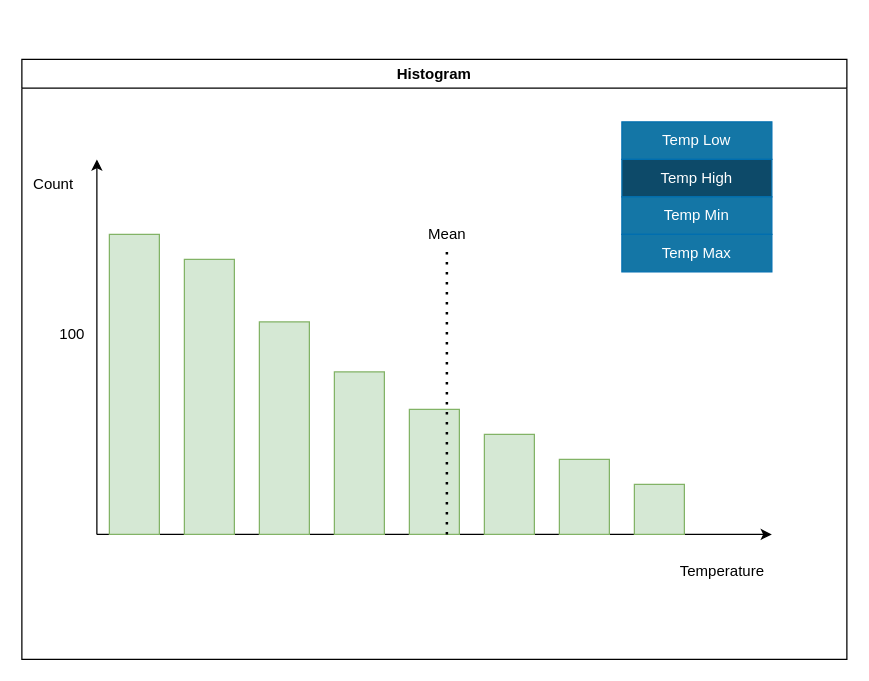
BekA-012/ms_kbtu_dv keeps this draw.io diagram as HW #3/Untitled Diagram.drawio. Above is the earlier version. Source tidied: cells renumbered, new cells numbered last; positions are measured from the earlier drawing's top-left corner, leaving out a move shared by most shapes. Both pictures are drawn from the tidied source at 125%, with x=0, y=0 at pixel (21, 59).
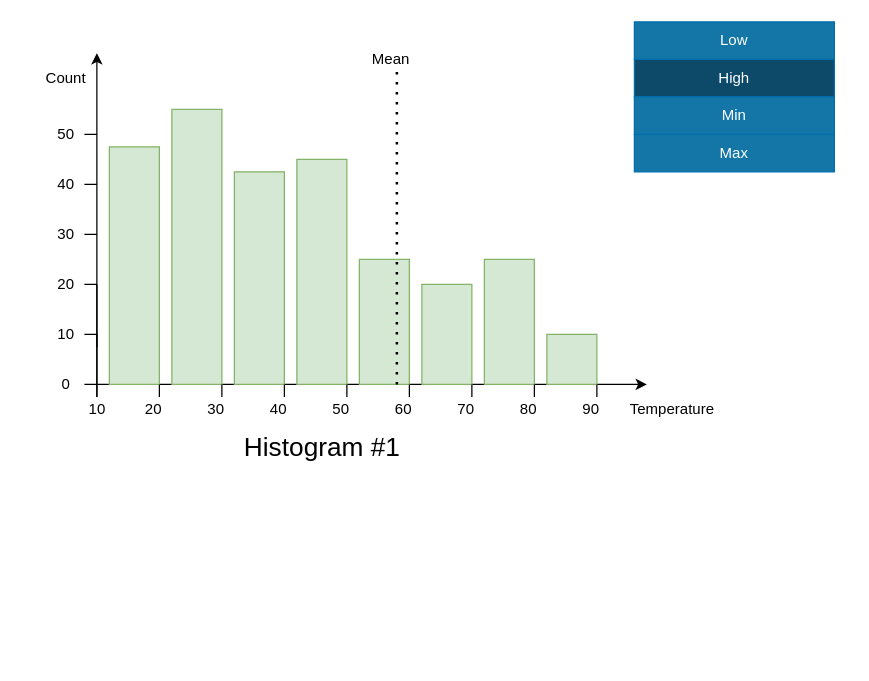
The same diagram, later.

Change to the diagram source:
```diff
@@
-    <mxCell id="2" value="Histogram" style="swimlane;" parent="1" vertex="1">
-      <mxGeometry width="660" height="480" as="geometry" />
-    </mxCell>
-    <mxCell id="3" style="endArrow=classic;html=1;rounded=0;" parent="2" edge="1">
-      <mxGeometry relative="1" as="geometry">
-        <mxPoint x="60" y="380" as="sourcePoint" />
-        <mxPoint x="600" y="380" as="targetPoint" />
-      </mxGeometry>
-    </mxCell>
-    <mxCell id="4" style="endArrow=classic;html=1;rounded=0;" parent="2" edge="1">
-      <mxGeometry relative="1" as="geometry">
-        <mxPoint x="60" y="380" as="sourcePoint" />
-        <mxPoint x="60" y="80" as="targetPoint" />
-      </mxGeometry>
-    </mxCell>
+    <mxCell id="22" style="endArrow=classic;html=1;rounded=0;" parent="1" edge="1">
+      <mxGeometry relative="1" as="geometry">
+        <mxPoint x="60" y="260" as="sourcePoint" />
+        <mxPoint x="500" y="260" as="targetPoint" />
+      </mxGeometry>
+    </mxCell>
+    <mxCell id="23" style="endArrow=classic;html=1;rounded=0;entryX=1;entryY=-0.5;entryDx=0;entryDy=0;entryPerimeter=0;" parent="1" edge="1" target="6">
+      <mxGeometry relative="1" as="geometry">
+        <mxPoint x="60" y="260" as="sourcePoint" />
+      </mxGeometry>
+    </mxCell>
+    <mxCell id="24" style="rounded=0;whiteSpace=wrap;html=1;fillColor=#d5e8d4;strokeColor=#82b366;" parent="1" vertex="1">
+      <mxGeometry x="70" y="70" width="40" height="190" as="geometry" />
+    </mxCell>
+    <mxCell id="25" style="rounded=0;whiteSpace=wrap;html=1;fillColor=#d5e8d4;strokeColor=#82b366;" parent="1" vertex="1">
+      <mxGeometry x="120" y="40" width="40" height="220" as="geometry" />
+    </mxCell>
+    <mxCell id="26" style="rounded=0;whiteSpace=wrap;html=1;fillColor=#d5e8d4;strokeColor=#82b366;" parent="1" vertex="1">
+      <mxGeometry x="170" y="90" width="40" height="170" as="geometry" />
+    </mxCell>
+    <mxCell id="27" style="rounded=0;whiteSpace=wrap;html=1;fillColor=#d5e8d4;strokeColor=#82b366;" parent="1" vertex="1">
+      <mxGeometry x="220" y="80" width="40" height="180" as="geometry" />
+    </mxCell>
+    <mxCell id="28" value="Low" style="rounded=0;whiteSpace=wrap;html=1;fillColor=#1476A6;fontColor=#ffffff;strokeColor=#006EAF;" parent="1" vertex="1">
+      <mxGeometry x="490" y="-30" width="160" height="30" as="geometry" />
+    </mxCell>
+    <mxCell id="29" value="High" style="rounded=0;whiteSpace=wrap;html=1;fillColor=#0D4A69;fontColor=#ffffff;strokeColor=#006EAF;" parent="1" vertex="1">
+      <mxGeometry x="490" width="160" height="30" as="geometry" />
+    </mxCell>
+    <mxCell id="30" value="Min" style="rounded=0;whiteSpace=wrap;html=1;fillColor=#1476A6;strokeColor=#006EAF;fontColor=#ffffff;" parent="1" vertex="1">
+      <mxGeometry x="490" y="30" width="160" height="30" as="geometry" />
+    </mxCell>
+    <mxCell id="31" value="Max" style="rounded=0;whiteSpace=wrap;html=1;fillColor=#1476A6;strokeColor=#006EAF;fontColor=#ffffff;" parent="1" vertex="1">
+      <mxGeometry x="490" y="60" width="160" height="30" as="geometry" />
+    </mxCell>
+    <mxCell id="32" style="rounded=0;whiteSpace=wrap;html=1;fillColor=#d5e8d4;strokeColor=#82b366;" parent="1" vertex="1">
+      <mxGeometry x="270" y="160" width="40" height="100" as="geometry" />
+    </mxCell>
+    <mxCell id="33" style="rounded=0;whiteSpace=wrap;html=1;fillColor=#d5e8d4;strokeColor=#82b366;" parent="1" vertex="1">
+      <mxGeometry x="320" y="180" width="40" height="80" as="geometry" />
+    </mxCell>
+    <mxCell id="34" style="rounded=0;whiteSpace=wrap;html=1;fillColor=#d5e8d4;strokeColor=#82b366;" parent="1" vertex="1">
+      <mxGeometry x="370" y="160" width="40" height="100" as="geometry" />
+    </mxCell>
+    <mxCell id="35" style="rounded=0;whiteSpace=wrap;html=1;fillColor=#d5e8d4;strokeColor=#82b366;" parent="1" vertex="1">
+      <mxGeometry x="420" y="220" width="40" height="40" as="geometry" />
+    </mxCell>
+    <mxCell id="36" style="endArrow=none;dashed=1;html=1;dashPattern=1 3;strokeWidth=2;rounded=0;exitX=0.75;exitY=1;exitDx=0;exitDy=0;" parent="1" edge="1" source="32">
+      <mxGeometry relative="1" as="geometry">
+        <mxPoint x="300" y="10" as="targetPoint" />
+      </mxGeometry>
+    </mxCell>
+    <mxCell id="37" style="endArrow=none;html=1;rounded=0;" parent="1" edge="1">
+      <mxGeometry relative="1" as="geometry">
+        <mxPoint x="110" y="270" as="sourcePoint" />
+        <mxPoint x="110" y="260" as="targetPoint" />
+      </mxGeometry>
+    </mxCell>
+    <mxCell id="20" value="Mean" style="text;html=1;align=center;verticalAlign=middle;strokeColor=none;fillColor=none;" parent="1" vertex="1">
+      <mxGeometry x="270" y="-10" width="50" height="20" as="geometry" />
+    </mxCell>
+    <mxCell id="38" style="endArrow=none;html=1;rounded=0;" parent="1" edge="1">
+      <mxGeometry relative="1" as="geometry">
+        <mxPoint x="50" y="260" as="sourcePoint" />
+        <mxPoint x="60" y="260" as="targetPoint" />
+      </mxGeometry>
+    </mxCell>
+    <mxCell id="39" value="0" style="text;html=1;align=center;verticalAlign=middle;strokeColor=none;fillColor=none;" parent="1" vertex="1">
+      <mxGeometry x="25" y="250" width="20" height="20" as="geometry" />
+    </mxCell>
+    <mxCell id="40" value="10" style="text;html=1;align=center;verticalAlign=middle;strokeColor=none;fillColor=none;" parent="1" vertex="1">
+      <mxGeometry x="20" y="210" width="30" height="20" as="geometry" />
+    </mxCell>
+    <mxCell id="41" value="20" style="text;html=1;align=center;verticalAlign=middle;strokeColor=none;fillColor=none;" parent="1" vertex="1">
+      <mxGeometry x="20" y="170" width="30" height="20" as="geometry" />
+    </mxCell>
+    <mxCell id="42" value="30" style="text;html=1;align=center;verticalAlign=middle;strokeColor=none;fillColor=none;" parent="1" vertex="1">
+      <mxGeometry x="20" y="130" width="30" height="20" as="geometry" />
+    </mxCell>
+    <mxCell id="43" value="40" style="text;html=1;align=center;verticalAlign=middle;strokeColor=none;fillColor=none;" parent="1" vertex="1">
+      <mxGeometry x="20" y="90" width="30" height="20" as="geometry" />
+    </mxCell>
+    <mxCell id="44" value="50" style="text;html=1;align=center;verticalAlign=middle;strokeColor=none;fillColor=none;" parent="1" vertex="1">
+      <mxGeometry x="20" y="50" width="30" height="20" as="geometry" />
+    </mxCell>
+    <mxCell id="45" style="endArrow=none;html=1;rounded=0;entryX=1;entryY=1;entryDx=0;entryDy=0;" parent="1" edge="1" target="25">
+      <mxGeometry relative="1" as="geometry">
+        <mxPoint x="160" y="270" as="sourcePoint" />
+      </mxGeometry>
+    </mxCell>
+    <mxCell id="46" style="endArrow=none;html=1;rounded=0;entryX=1;entryY=1;entryDx=0;entryDy=0;" parent="1" edge="1" target="26">
+      <mxGeometry relative="1" as="geometry">
+        <mxPoint x="210" y="270" as="sourcePoint" />
+      </mxGeometry>
+    </mxCell>
+    <mxCell id="47" style="endArrow=none;html=1;rounded=0;entryX=1;entryY=1;entryDx=0;entryDy=0;" parent="1" edge="1" target="27">
+      <mxGeometry relative="1" as="geometry">
+        <mxPoint x="260" y="270" as="sourcePoint" />
+      </mxGeometry>
+    </mxCell>
+    <mxCell id="48" style="endArrow=none;html=1;rounded=0;entryX=1;entryY=1;entryDx=0;entryDy=0;" parent="1" edge="1" target="32">
+      <mxGeometry relative="1" as="geometry">
+        <mxPoint x="310" y="270" as="sourcePoint" />
+      </mxGeometry>
+    </mxCell>
+    <mxCell id="49" style="endArrow=none;html=1;rounded=0;entryX=1;entryY=1;entryDx=0;entryDy=0;" parent="1" edge="1" target="33">
+      <mxGeometry relative="1" as="geometry">
+        <mxPoint x="360" y="270" as="sourcePoint" />
+      </mxGeometry>
+    </mxCell>
+    <mxCell id="50" style="endArrow=none;html=1;rounded=0;entryX=1;entryY=1;entryDx=0;entryDy=0;" parent="1" edge="1" target="34">
+      <mxGeometry relative="1" as="geometry">
+        <mxPoint x="410" y="270" as="sourcePoint" />
+      </mxGeometry>
+    </mxCell>
+    <mxCell id="51" style="endArrow=none;html=1;rounded=0;" parent="1" edge="1">
+      <mxGeometry relative="1" as="geometry">
+        <mxPoint x="60" y="270" as="sourcePoint" />
+        <mxPoint x="60" y="260" as="targetPoint" />
+      </mxGeometry>
+    </mxCell>
+    <mxCell id="52" style="endArrow=none;html=1;rounded=0;" parent="1" edge="1">
+      <mxGeometry relative="1" as="geometry">
+        <mxPoint x="60" y="270" as="sourcePoint" />
+        <mxPoint x="50" y="220" as="targetPoint" />
+        <Array as="points">
+          <mxPoint x="60" y="220" />
+        </Array>
+      </mxGeometry>
+    </mxCell>
+    <mxCell id="53" style="endArrow=none;html=1;rounded=0;" parent="1" edge="1">
+      <mxGeometry relative="1" as="geometry">
+        <mxPoint x="60" y="180" as="sourcePoint" />
+        <mxPoint x="60" y="230" as="targetPoint" />
+      </mxGeometry>
+    </mxCell>
+    <mxCell id="54" style="endArrow=none;html=1;rounded=0;" parent="1" edge="1">
+      <mxGeometry relative="1" as="geometry">
+        <mxPoint x="60" y="180" as="sourcePoint" />
+        <mxPoint x="50" y="180" as="targetPoint" />
+      </mxGeometry>
+    </mxCell>
+    <mxCell id="55" style="endArrow=none;html=1;rounded=0;" parent="1" edge="1">
+      <mxGeometry relative="1" as="geometry">
+        <mxPoint x="50" y="140" as="sourcePoint" />
+        <mxPoint x="60" y="140" as="targetPoint" />
+      </mxGeometry>
+    </mxCell>
+    <mxCell id="56" style="endArrow=none;html=1;rounded=0;" parent="1" edge="1">
+      <mxGeometry relative="1" as="geometry">
+        <mxPoint x="50" y="100" as="sourcePoint" />
+        <mxPoint x="60" y="100" as="targetPoint" />
+      </mxGeometry>
+    </mxCell>
+    <mxCell id="57" style="endArrow=none;html=1;rounded=0;" parent="1" edge="1">
+      <mxGeometry relative="1" as="geometry">
+        <mxPoint x="60" y="60" as="sourcePoint" />
+        <mxPoint x="50" y="60" as="targetPoint" />
+      </mxGeometry>
+    </mxCell>
-    <mxCell id="5" value="Temperature&lt;br&gt;" style="text;html=1;align=center;verticalAlign=middle;strokeColor=none;fillColor=none;" parent="2" vertex="1">
-      <mxGeometry x="520" y="400" width="80" height="20" as="geometry" />
+    <mxCell id="5" value="Temperature" style="text;html=1;align=center;verticalAlign=middle;strokeColor=none;fillColor=none;" parent="1" vertex="1">
+      <mxGeometry x="480" y="270" width="80" height="20" as="geometry" />
     </mxCell>
+    <mxCell id="58" style="endArrow=none;html=1;rounded=0;entryX=1;entryY=1;entryDx=0;entryDy=0;" parent="1" edge="1" target="35">
+      <mxGeometry relative="1" as="geometry">
+        <mxPoint x="460" y="270" as="sourcePoint" />
+      </mxGeometry>
+    </mxCell>
-    <mxCell id="6" value="Count" style="text;html=1;align=center;verticalAlign=middle;points=[];strokeColor=none;fillColor=none;" parent="2" vertex="1">
-      <mxGeometry y="90" width="50" height="20" as="geometry" />
+    <mxCell id="6" value="Count" style="text;html=1;align=center;verticalAlign=middle;points=[];strokeColor=none;fillColor=none;" parent="1" vertex="1">
+      <mxGeometry x="10" y="5" width="50" height="20" as="geometry" />
     </mxCell>
-    <mxCell id="7" style="rounded=0;whiteSpace=wrap;html=1;fillColor=#d5e8d4;strokeColor=#82b366;" parent="2" vertex="1">
-      <mxGeometry x="70" y="140" width="40" height="240" as="geometry" />
-    </mxCell>
-    <mxCell id="8" style="rounded=0;whiteSpace=wrap;html=1;fillColor=#d5e8d4;strokeColor=#82b366;" parent="2" vertex="1">
-      <mxGeometry x="130" y="160" width="40" height="220" as="geometry" />
-    </mxCell>
-    <mxCell id="9" style="rounded=0;whiteSpace=wrap;html=1;fillColor=#d5e8d4;strokeColor=#82b366;" parent="2" vertex="1">
-      <mxGeometry x="190" y="210" width="40" height="170" as="geometry" />
-    </mxCell>
-    <mxCell id="10" style="rounded=0;whiteSpace=wrap;html=1;fillColor=#d5e8d4;strokeColor=#82b366;" parent="2" vertex="1">
-      <mxGeometry x="250" y="250" width="40" height="130" as="geometry" />
-    </mxCell>
-    <mxCell id="11" value="100" style="text;html=1;align=center;verticalAlign=middle;strokeColor=none;fillColor=none;" parent="2" vertex="1">
-      <mxGeometry x="20" y="210" width="40" height="20" as="geometry" />
-    </mxCell>
-    <mxCell id="12" value="Temp Low" style="rounded=0;whiteSpace=wrap;html=1;fillColor=#1476A6;fontColor=#ffffff;strokeColor=#006EAF;" parent="2" vertex="1">
-      <mxGeometry x="480" y="50" width="120" height="30" as="geometry" />
-    </mxCell>
-    <mxCell id="13" value="Temp High" style="rounded=0;whiteSpace=wrap;html=1;fillColor=#0D4A69;fontColor=#ffffff;strokeColor=#006EAF;" parent="2" vertex="1">
-      <mxGeometry x="480" y="80" width="120" height="30" as="geometry" />
-    </mxCell>
-    <mxCell id="14" value="Temp Min" style="rounded=0;whiteSpace=wrap;html=1;fillColor=#1476A6;strokeColor=#006EAF;fontColor=#ffffff;" parent="2" vertex="1">
-      <mxGeometry x="480" y="110" width="120" height="30" as="geometry" />
-    </mxCell>
-    <mxCell id="15" value="Temp Max" style="rounded=0;whiteSpace=wrap;html=1;fillColor=#1476A6;strokeColor=#006EAF;fontColor=#ffffff;" parent="2" vertex="1">
-      <mxGeometry x="480" y="140" width="120" height="30" as="geometry" />
-    </mxCell>
-    <mxCell id="16" style="rounded=0;whiteSpace=wrap;html=1;fillColor=#d5e8d4;strokeColor=#82b366;" parent="2" vertex="1">
-      <mxGeometry x="310" y="280" width="40" height="100" as="geometry" />
-    </mxCell>
-    <mxCell id="17" style="rounded=0;whiteSpace=wrap;html=1;fillColor=#d5e8d4;strokeColor=#82b366;" parent="2" vertex="1">
-      <mxGeometry x="370" y="300" width="40" height="80" as="geometry" />
-    </mxCell>
-    <mxCell id="18" style="rounded=0;whiteSpace=wrap;html=1;fillColor=#d5e8d4;strokeColor=#82b366;" parent="2" vertex="1">
-      <mxGeometry x="430" y="320" width="40" height="60" as="geometry" />
-    </mxCell>
-    <mxCell id="19" style="rounded=0;whiteSpace=wrap;html=1;fillColor=#d5e8d4;strokeColor=#82b366;" parent="2" vertex="1">
-      <mxGeometry x="490" y="340" width="40" height="40" as="geometry" />
-    </mxCell>
-    <mxCell id="20" value="Mean" style="text;html=1;align=center;verticalAlign=middle;strokeColor=none;fillColor=none;" parent="2" vertex="1">
-      <mxGeometry x="315" y="130" width="50" height="20" as="geometry" />
-    </mxCell>
-    <mxCell id="21" style="endArrow=none;dashed=1;html=1;dashPattern=1 3;strokeWidth=2;rounded=0;exitX=0.75;exitY=1;exitDx=0;exitDy=0;" parent="1" edge="1" source="16">
-      <mxGeometry relative="1" as="geometry">
-        <mxPoint x="340" y="150" as="targetPoint" />
-      </mxGeometry>
-    </mxCell>
+    <mxCell id="59" value="10" style="text;html=1;align=center;verticalAlign=middle;strokeColor=none;fillColor=none;" parent="1" vertex="1">
+      <mxGeometry x="45" y="270" width="30" height="20" as="geometry" />
+    </mxCell>
+    <mxCell id="60" value="20" style="text;html=1;align=center;verticalAlign=middle;strokeColor=none;fillColor=none;" parent="1" vertex="1">
+      <mxGeometry x="90" y="270" width="30" height="20" as="geometry" />
+    </mxCell>
+    <mxCell id="61" value="30" style="text;html=1;align=center;verticalAlign=middle;strokeColor=none;fillColor=none;" parent="1" vertex="1">
+      <mxGeometry x="140" y="270" width="30" height="20" as="geometry" />
+    </mxCell>
+    <mxCell id="62" value="40" style="text;html=1;align=center;verticalAlign=middle;strokeColor=none;fillColor=none;" parent="1" vertex="1">
+      <mxGeometry x="190" y="270" width="30" height="20" as="geometry" />
+    </mxCell>
+    <mxCell id="63" value="50" style="text;html=1;align=center;verticalAlign=middle;strokeColor=none;fillColor=none;" parent="1" vertex="1">
+      <mxGeometry x="240" y="270" width="30" height="20" as="geometry" />
+    </mxCell>
+    <mxCell id="64" value="60" style="text;html=1;align=center;verticalAlign=middle;strokeColor=none;fillColor=none;" parent="1" vertex="1">
+      <mxGeometry x="290" y="270" width="30" height="20" as="geometry" />
+    </mxCell>
+    <mxCell id="65" value="70" style="text;html=1;align=center;verticalAlign=middle;strokeColor=none;fillColor=none;" parent="1" vertex="1">
+      <mxGeometry x="340" y="270" width="30" height="20" as="geometry" />
+    </mxCell>
+    <mxCell id="66" value="80" style="text;html=1;align=center;verticalAlign=middle;strokeColor=none;fillColor=none;" parent="1" vertex="1">
+      <mxGeometry x="390" y="270" width="30" height="20" as="geometry" />
+    </mxCell>
+    <mxCell id="67" value="90" style="text;html=1;align=center;verticalAlign=middle;strokeColor=none;fillColor=none;" parent="1" vertex="1">
+      <mxGeometry x="440" y="270" width="30" height="20" as="geometry" />
+    </mxCell>
+    <mxCell id="68" value="&lt;font style=&quot;font-size: 21px;&quot;&gt;Histogram #1&lt;/font&gt;" style="text;html=1;align=center;verticalAlign=middle;strokeColor=none;fillColor=none;" parent="1" vertex="1">
+      <mxGeometry x="170" y="300" width="140" height="20" as="geometry" />
+    </mxCell>
```
